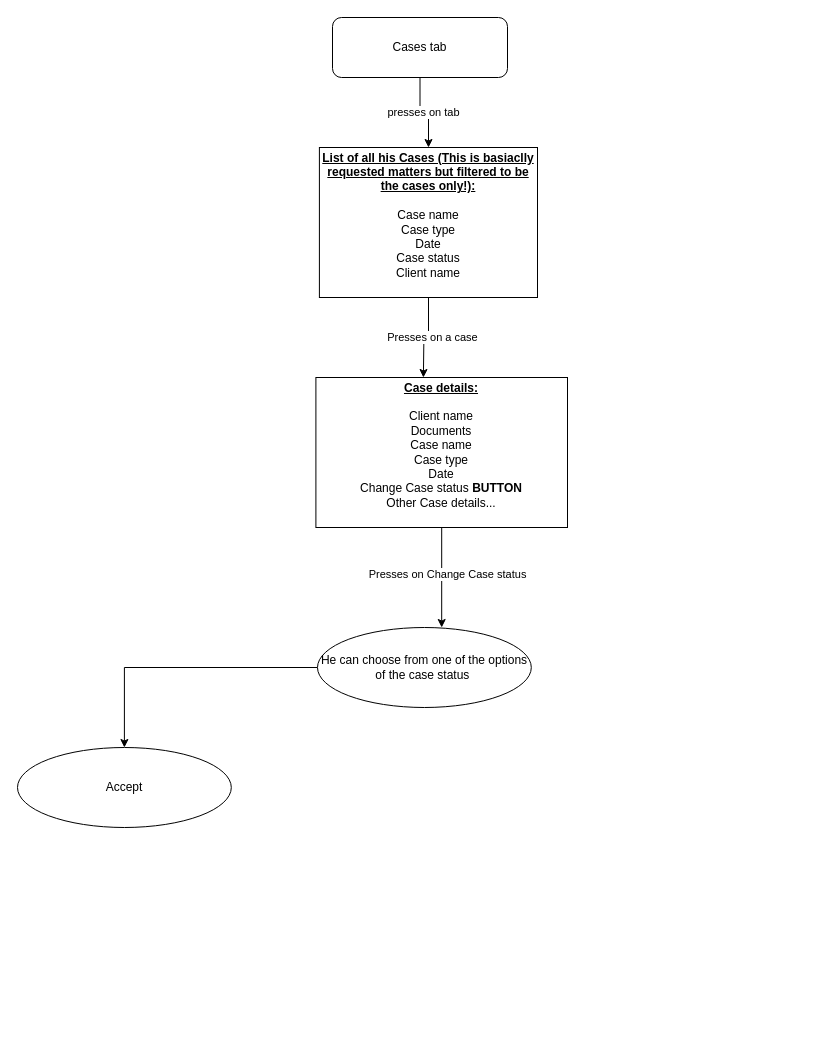
Before: page "CasesTab" (8 of 12) of LawyerApp.drawio in tariq7299/LawyerPrep, a draw.io diagram. Source tidied: cells renumbered, new cells numbered last; positions are measured from the earlier drawing's top-left corner, leaving out a move shared by most shapes. Both pictures are drawn from the tidied source at 100%, with x=0, y=0 at pixel (17, 17).
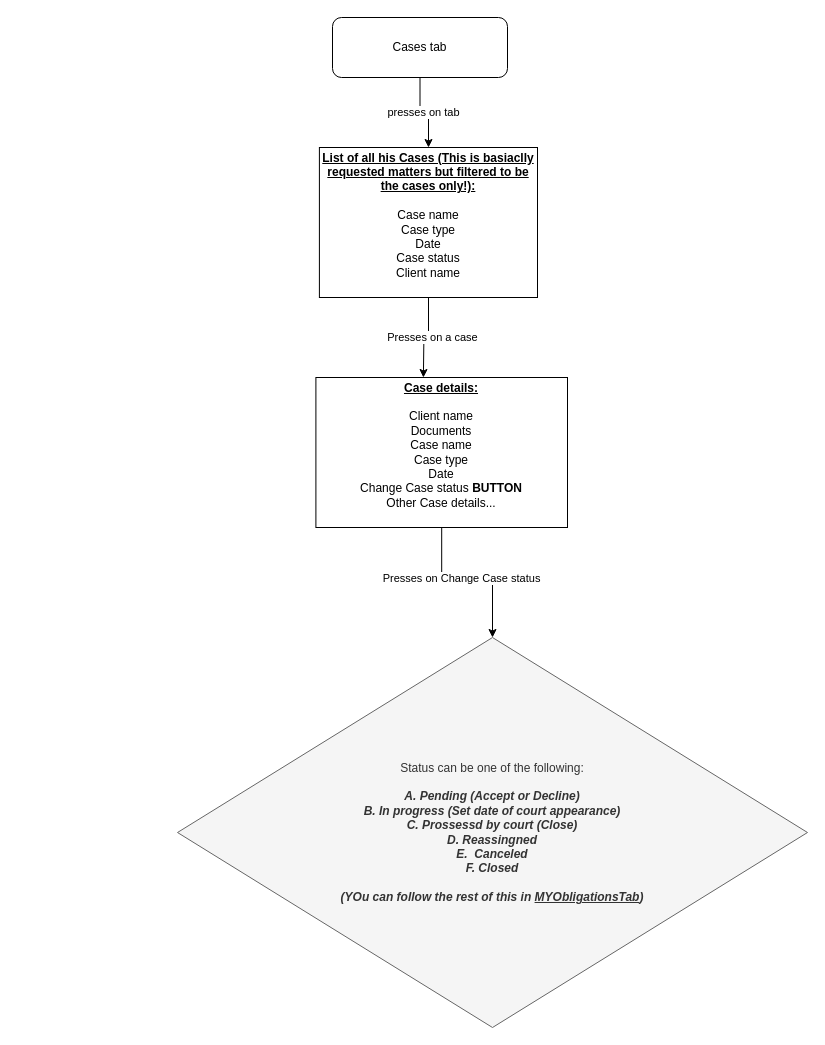
Above is the later version.

Diff of the diagram source:
```diff
@@
 <mxGraphModel>
   <root>
     <mxCell id="0" />
     <mxCell id="1" parent="0" />
     <mxCell id="2" style="edgeStyle=orthogonalEdgeStyle;rounded=0;jettySize=auto;html=1;" parent="1" edge="1" source="4" target="7">
       <mxGeometry relative="1" as="geometry" />
     </mxCell>
     <mxCell id="3" value="presses on tab" style="edgeLabel;html=1;align=center;verticalAlign=middle;" parent="2" vertex="1">
       <mxGeometry x="-0.04" y="1" relative="1" as="geometry" />
     </mxCell>
     <mxCell id="4" value="Cases tab" style="rounded=1;whiteSpace=wrap;html=1;" parent="1" vertex="1">
       <mxGeometry x="315" width="175" height="60" as="geometry" />
     </mxCell>
     <mxCell id="5" style="edgeStyle=orthogonalEdgeStyle;rounded=0;jettySize=auto;html=1;" parent="1" edge="1" source="7">
       <mxGeometry relative="1" as="geometry">
         <mxPoint x="405.9" y="360" as="targetPoint" />
       </mxGeometry>
     </mxCell>
     <mxCell id="6" value="Presses on a case" style="edgeLabel;html=1;align=center;verticalAlign=middle;" parent="5" vertex="1">
       <mxGeometry x="-0.08" y="3" relative="1" as="geometry" />
     </mxCell>
     <mxCell id="7" value="&lt;b&gt;&lt;u style=&quot;&quot;&gt;List of all his Cases (This is basiaclly requested matters but filtered to be the cases only!):&lt;/u&gt;&lt;/b&gt;&lt;div&gt;&lt;br&gt;&lt;div&gt;Case name&lt;/div&gt;&lt;div&gt;Case type&lt;/div&gt;&lt;div&gt;Date&lt;/div&gt;&lt;div&gt;Case status&lt;/div&gt;&lt;div&gt;Client name&lt;/div&gt;&lt;div&gt;&lt;br&gt;&lt;/div&gt;&lt;/div&gt;" style="rounded=0;whiteSpace=wrap;html=1;" parent="1" vertex="1">
       <mxGeometry x="301.9" y="130" width="218.1" height="150" as="geometry" />
     </mxCell>
-    <mxCell id="8" style="edgeStyle=orthogonalEdgeStyle;rounded=0;jettySize=auto;html=1;" parent="1" edge="1" source="10">
-      <mxGeometry relative="1" as="geometry">
-        <mxPoint x="424.2" y="610" as="targetPoint" />
-      </mxGeometry>
+    <mxCell id="8" style="edgeStyle=orthogonalEdgeStyle;rounded=0;jettySize=auto;html=1;entryX=0.5;entryY=0;entryDx=0;entryDy=0;" parent="1" edge="1" source="10" target="14">
+      <mxGeometry relative="1" as="geometry" />
     </mxCell>
     <mxCell id="9" value="Presses on Change Case status" style="edgeLabel;html=1;align=center;verticalAlign=middle;" parent="8" vertex="1">
       <mxGeometry x="-0.08" y="5" relative="1" as="geometry" />
     </mxCell>
     <mxCell id="10" value="&lt;b&gt;&lt;u&gt;Case details:&lt;/u&gt;&lt;/b&gt;&lt;div&gt;&lt;br&gt;&lt;/div&gt;&lt;div&gt;Client name&lt;/div&gt;&lt;div&gt;Documents&lt;/div&gt;&lt;div&gt;&lt;div&gt;Case name&lt;/div&gt;&lt;div&gt;Case type&lt;/div&gt;&lt;div&gt;Date&lt;/div&gt;&lt;div&gt;Change Case status &lt;b&gt;BUTTON&lt;/b&gt;&lt;br&gt;Other Case details...&lt;/div&gt;&lt;div&gt;&lt;br&gt;&lt;/div&gt;&lt;/div&gt;" style="rounded=0;whiteSpace=wrap;html=1;" parent="1" vertex="1">
       <mxGeometry x="298.4" y="360" width="251.6" height="150" as="geometry" />
     </mxCell>
-    <mxCell id="11" style="edgeStyle=orthogonalEdgeStyle;rounded=0;jettySize=auto;html=1;" parent="1" edge="1" source="12" target="13">
-      <mxGeometry relative="1" as="geometry" />
-    </mxCell>
-    <mxCell id="12" value="He can choose from one of the options of the case status&amp;nbsp;" style="ellipse;whiteSpace=wrap;html=1;" parent="1" vertex="1">
-      <mxGeometry x="300" y="610" width="213.8" height="80" as="geometry" />
-    </mxCell>
-    <mxCell id="13" value="Accept" style="ellipse;whiteSpace=wrap;html=1;" parent="1" vertex="1">
-      <mxGeometry y="730" width="213.8" height="80" as="geometry" />
-    </mxCell>
+    <mxCell id="14" value="Status can be one of the following:&lt;div&gt;&lt;div&gt;&lt;u&gt;&lt;br&gt;&lt;/u&gt;&lt;/div&gt;&lt;div&gt;&lt;b&gt;&lt;i&gt;A. Pending (Accept or Decline)&lt;/i&gt;&lt;/b&gt;&lt;/div&gt;&lt;div&gt;&lt;b&gt;&lt;i&gt;B. In progress (Set date of court appearance)&lt;/i&gt;&lt;/b&gt;&lt;/div&gt;&lt;div&gt;&lt;b&gt;&lt;i&gt;C. Prossessd by court (Close)&lt;/i&gt;&lt;/b&gt;&lt;/div&gt;&lt;div&gt;&lt;b&gt;&lt;i&gt;D. Reassingned&lt;/i&gt;&lt;/b&gt;&lt;/div&gt;&lt;div&gt;&lt;b&gt;&lt;i&gt;E.&amp;nbsp; Canceled&lt;/i&gt;&lt;/b&gt;&lt;/div&gt;&lt;div&gt;&lt;b&gt;&lt;i&gt;F. Closed&lt;/i&gt;&lt;br&gt;&lt;br&gt;&lt;i&gt;(YOu can follow the rest of this in &lt;/i&gt;&lt;u style=&quot;&quot;&gt;&lt;i&gt;MYObligationsTab&lt;/i&gt;&lt;/u&gt;&lt;i&gt;)&lt;/i&gt;&lt;/b&gt;&lt;/div&gt;&lt;/div&gt;" style="rhombus;whiteSpace=wrap;html=1;fillColor=#f5f5f5;strokeColor=#666666;fontColor=#333333;" parent="1" vertex="1">
+      <mxGeometry x="160" y="620" width="630" height="390" as="geometry" />
+    </mxCell>
   </root>
 </mxGraphModel>
```
